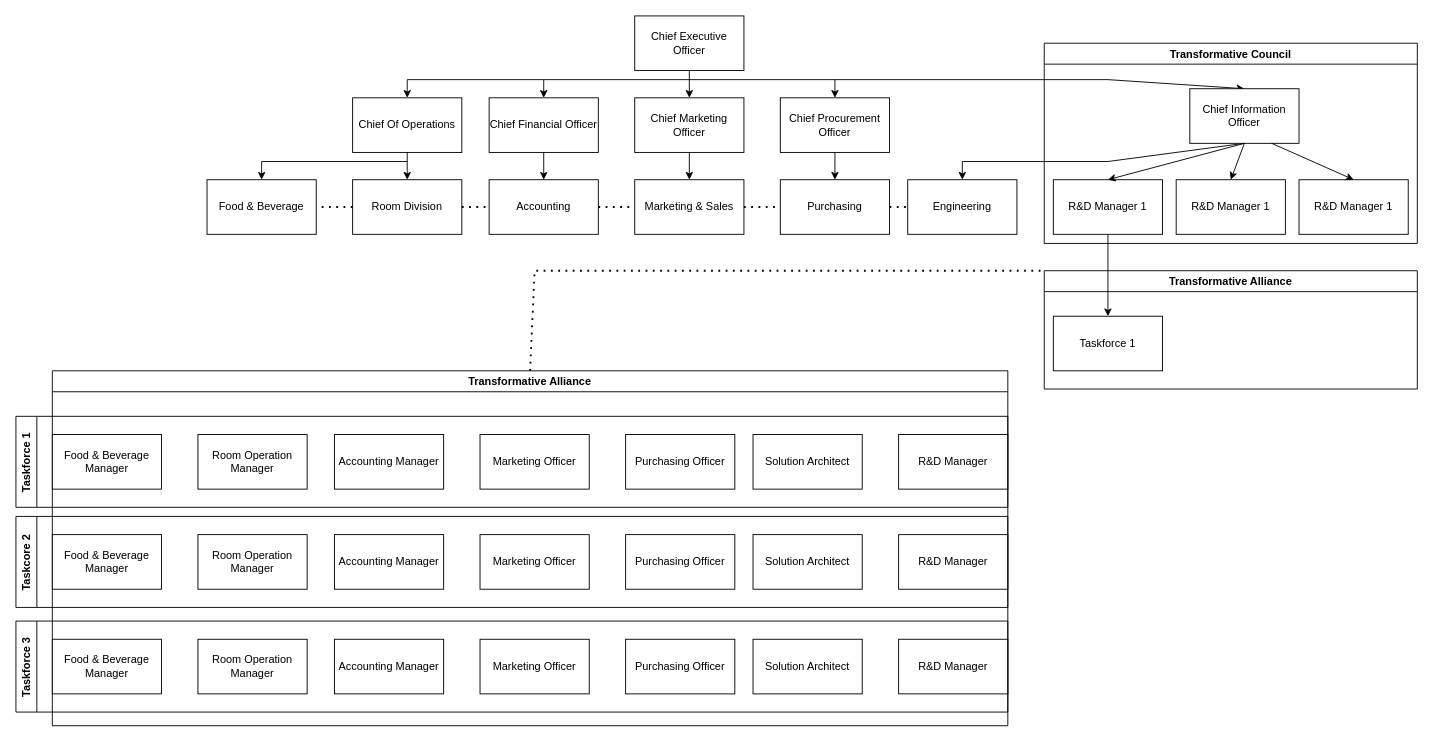
The draw.io diagram IS3103OrgChartNew.drawio in ryanliong/ToDoList, before the edit. Source tidied: cells renumbered, new cells numbered last; positions are measured from the earlier drawing's top-left corner, leaving out a move shared by most shapes. Both pictures are drawn from the tidied source at 91%, with x=0, y=0 at pixel (15, 15).
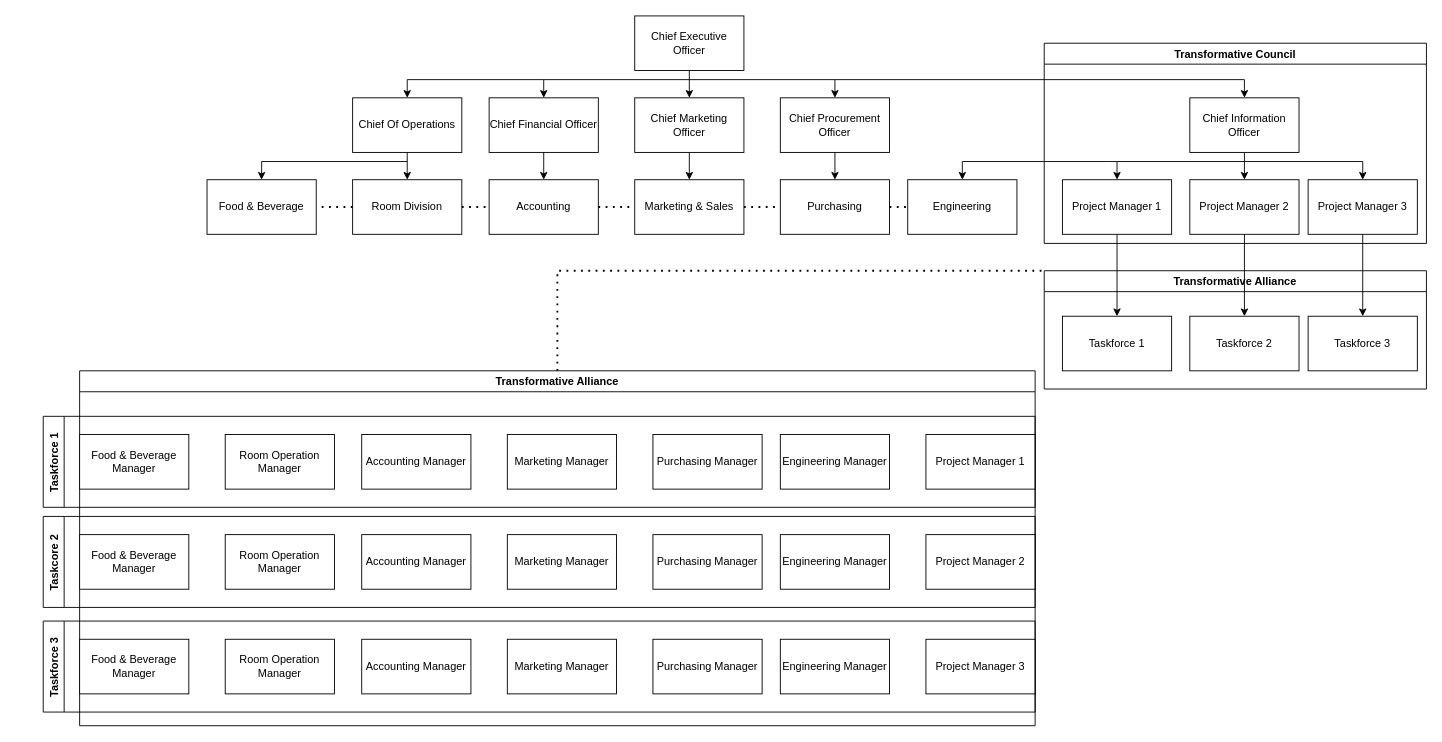
After the change.

Unchanged cells that the change refers to:
```xml
<mxCell id="21" value="Engineering" style="rounded=0;whiteSpace=wrap;html=1;" parent="1" vertex="1">
  <mxGeometry x="980" y="180" width="120" height="60" as="geometry" />
</mxCell>
```

Diff of the diagram source:
```diff
@@
-    <mxCell id="22" style="endArrow=classic;html=1;rounded=0;entryX=0.5;entryY=0;entryDx=0;entryDy=0;" parent="1" edge="1" target="55">
-      <mxGeometry relative="1" as="geometry">
-        <mxPoint x="900" y="70" as="sourcePoint" />
-        <Array as="points">
-          <mxPoint x="1200" y="70" />
-        </Array>
-      </mxGeometry>
-    </mxCell>
-    <mxCell id="23" style="endArrow=classic;html=1;rounded=0;exitX=0.5;exitY=1;exitDx=0;exitDy=0;entryX=0.5;entryY=0;entryDx=0;entryDy=0;" parent="1" edge="1" source="55" target="21">
+    <mxCell id="23" style="endArrow=classic;html=1;rounded=0;entryX=0.5;entryY=0;entryDx=0;entryDy=0;" parent="1" edge="1" target="21">
       <mxGeometry relative="1" as="geometry">
+        <mxPoint x="1210" y="160" as="sourcePoint" />
         <Array as="points">
           <mxPoint x="1200" y="160" />
           <mxPoint x="1040" y="160" />
         </Array>
       </mxGeometry>
     </mxCell>
@@
     <mxCell id="29" value="Transformative Alliance" style="swimlane;" parent="1" vertex="1">
-      <mxGeometry x="40" y="390" width="1050" height="390" as="geometry" />
+      <mxGeometry x="70" y="390" width="1050" height="390" as="geometry" />
     </mxCell>
-    <mxCell id="30" value="R&amp;amp;D Manager" style="rounded=0;whiteSpace=wrap;html=1;" parent="29" vertex="1">
+    <mxCell id="30" value="Project Manager 1" style="rounded=0;whiteSpace=wrap;html=1;" parent="29" vertex="1">
       <mxGeometry x="930" y="70" width="120" height="60" as="geometry" />
     </mxCell>
-    <mxCell id="31" value="Purchasing Officer" style="rounded=0;whiteSpace=wrap;html=1;" parent="29" vertex="1">
+    <mxCell id="31" value="Purchasing Manager" style="rounded=0;whiteSpace=wrap;html=1;" parent="29" vertex="1">
       <mxGeometry x="630" y="70" width="120" height="60" as="geometry" />
     </mxCell>
-    <mxCell id="32" value="Marketing Officer" style="rounded=0;whiteSpace=wrap;html=1;" parent="29" vertex="1">
+    <mxCell id="32" value="Marketing Manager" style="rounded=0;whiteSpace=wrap;html=1;" parent="29" vertex="1">
       <mxGeometry x="470" y="70" width="120" height="60" as="geometry" />
     </mxCell>
@@
-    <mxCell id="36" value="Solution Architect" style="rounded=0;whiteSpace=wrap;html=1;" parent="29" vertex="1">
+    <mxCell id="36" value="Engineering Manager" style="rounded=0;whiteSpace=wrap;html=1;" parent="29" vertex="1">
       <mxGeometry x="770" y="70" width="120" height="60" as="geometry" />
     </mxCell>
@@
-    <mxCell id="38" value="R&amp;amp;D Manager" style="rounded=0;whiteSpace=wrap;html=1;" parent="29" vertex="1">
+    <mxCell id="38" value="Project Manager 2" style="rounded=0;whiteSpace=wrap;html=1;" parent="29" vertex="1">
       <mxGeometry x="930" y="180" width="120" height="60" as="geometry" />
     </mxCell>
-    <mxCell id="39" value="Purchasing Officer" style="rounded=0;whiteSpace=wrap;html=1;" parent="29" vertex="1">
+    <mxCell id="39" value="Purchasing Manager" style="rounded=0;whiteSpace=wrap;html=1;" parent="29" vertex="1">
       <mxGeometry x="630" y="180" width="120" height="60" as="geometry" />
     </mxCell>
-    <mxCell id="40" value="Marketing Officer" style="rounded=0;whiteSpace=wrap;html=1;" parent="29" vertex="1">
+    <mxCell id="40" value="Marketing Manager" style="rounded=0;whiteSpace=wrap;html=1;" parent="29" vertex="1">
       <mxGeometry x="470" y="180" width="120" height="60" as="geometry" />
     </mxCell>
@@
-    <mxCell id="44" value="Solution Architect" style="rounded=0;whiteSpace=wrap;html=1;" parent="29" vertex="1">
+    <mxCell id="44" value="Engineering Manager" style="rounded=0;whiteSpace=wrap;html=1;" parent="29" vertex="1">
       <mxGeometry x="770" y="180" width="120" height="60" as="geometry" />
     </mxCell>
@@
-    <mxCell id="46" value="R&amp;amp;D Manager" style="rounded=0;whiteSpace=wrap;html=1;" parent="29" vertex="1">
+    <mxCell id="46" value="Project Manager 3" style="rounded=0;whiteSpace=wrap;html=1;" parent="29" vertex="1">
       <mxGeometry x="930" y="295" width="120" height="60" as="geometry" />
     </mxCell>
-    <mxCell id="47" value="Purchasing Officer" style="rounded=0;whiteSpace=wrap;html=1;" parent="29" vertex="1">
+    <mxCell id="47" value="Purchasing Manager" style="rounded=0;whiteSpace=wrap;html=1;" parent="29" vertex="1">
       <mxGeometry x="630" y="295" width="120" height="60" as="geometry" />
     </mxCell>
-    <mxCell id="48" value="Marketing Officer" style="rounded=0;whiteSpace=wrap;html=1;" parent="29" vertex="1">
+    <mxCell id="48" value="Marketing Manager" style="rounded=0;whiteSpace=wrap;html=1;" parent="29" vertex="1">
       <mxGeometry x="470" y="295" width="120" height="60" as="geometry" />
     </mxCell>
@@
-    <mxCell id="52" value="Solution Architect" style="rounded=0;whiteSpace=wrap;html=1;" parent="29" vertex="1">
+    <mxCell id="52" value="Engineering Manager" style="rounded=0;whiteSpace=wrap;html=1;" parent="29" vertex="1">
       <mxGeometry x="770" y="295" width="120" height="60" as="geometry" />
     </mxCell>
@@
     <mxCell id="54" value="Transformative Council" style="swimlane;" parent="1" vertex="1">
-      <mxGeometry x="1130" y="30" width="410" height="220" as="geometry" />
+      <mxGeometry x="1130" y="30" width="420" height="220" as="geometry" />
     </mxCell>
     <mxCell id="55" value="Chief Information Officer" style="rounded=0;whiteSpace=wrap;html=1;" parent="54" vertex="1">
-      <mxGeometry x="160" y="50" width="120" height="60" as="geometry" />
+      <mxGeometry x="160" y="60" width="120" height="60" as="geometry" />
     </mxCell>
-    <mxCell id="56" value="R&amp;amp;D Manager 1" style="rounded=0;whiteSpace=wrap;html=1;" parent="54" vertex="1">
-      <mxGeometry x="10" y="150" width="120" height="60" as="geometry" />
+    <mxCell id="56" value="Project Manager 1" style="rounded=0;whiteSpace=wrap;html=1;" parent="54" vertex="1">
+      <mxGeometry x="20" y="150" width="120" height="60" as="geometry" />
     </mxCell>
-    <mxCell id="57" style="endArrow=classic;html=1;rounded=0;entryX=0.5;entryY=0;entryDx=0;entryDy=0;exitX=0.5;exitY=1;exitDx=0;exitDy=0;" parent="54" edge="1" source="55" target="56">
-      <mxGeometry relative="1" as="geometry" />
+    <mxCell id="57" style="endArrow=classic;html=1;rounded=0;entryX=0.5;entryY=0;entryDx=0;entryDy=0;" parent="54" edge="1" target="56">
+      <mxGeometry relative="1" as="geometry">
+        <mxPoint x="220" y="130" as="sourcePoint" />
+        <Array as="points">
+          <mxPoint x="80" y="130" />
+        </Array>
+      </mxGeometry>
     </mxCell>
-    <mxCell id="58" value="R&amp;amp;D Manager 1" style="rounded=0;whiteSpace=wrap;html=1;" parent="54" vertex="1">
-      <mxGeometry x="145" y="150" width="120" height="60" as="geometry" />
+    <mxCell id="58" value="Project Manager 2" style="rounded=0;whiteSpace=wrap;html=1;" parent="54" vertex="1">
+      <mxGeometry x="160" y="150" width="120" height="60" as="geometry" />
     </mxCell>
-    <mxCell id="59" value="R&amp;amp;D Manager 1" style="rounded=0;whiteSpace=wrap;html=1;" parent="54" vertex="1">
-      <mxGeometry x="280" y="150" width="120" height="60" as="geometry" />
+    <mxCell id="59" value="Project Manager 3" style="rounded=0;whiteSpace=wrap;html=1;" parent="54" vertex="1">
+      <mxGeometry x="290" y="150" width="120" height="60" as="geometry" />
     </mxCell>
@@
-    <mxCell id="61" style="endArrow=classic;html=1;rounded=0;entryX=0.5;entryY=0;entryDx=0;entryDy=0;exitX=0.75;exitY=1;exitDx=0;exitDy=0;" parent="54" edge="1" source="55" target="59">
-      <mxGeometry relative="1" as="geometry" />
+    <mxCell id="61" style="endArrow=classic;html=1;rounded=0;entryX=0.5;entryY=0;entryDx=0;entryDy=0;" parent="54" edge="1" target="59">
+      <mxGeometry relative="1" as="geometry">
+        <mxPoint x="220" y="130" as="sourcePoint" />
+        <Array as="points">
+          <mxPoint x="350" y="130" />
+        </Array>
+      </mxGeometry>
     </mxCell>
     <mxCell id="62" value="Transformative Alliance" style="swimlane;" parent="1" vertex="1">
-      <mxGeometry x="1130" y="280" width="410" height="130" as="geometry" />
+      <mxGeometry x="1130" y="280" width="420" height="130" as="geometry" />
     </mxCell>
     <mxCell id="63" value="Taskforce 1" style="rounded=0;whiteSpace=wrap;html=1;" parent="62" vertex="1">
-      <mxGeometry x="10" y="50" width="120" height="60" as="geometry" />
+      <mxGeometry x="20" y="50" width="120" height="60" as="geometry" />
     </mxCell>
+    <mxCell id="66" value="Taskforce 2" style="rounded=0;whiteSpace=wrap;html=1;" parent="62" vertex="1">
+      <mxGeometry x="160" y="50" width="120" height="60" as="geometry" />
+    </mxCell>
+    <mxCell id="67" value="Taskforce 3" style="rounded=0;whiteSpace=wrap;html=1;" parent="62" vertex="1">
+      <mxGeometry x="290" y="50" width="120" height="60" as="geometry" />
+    </mxCell>
@@
     <mxCell id="65" style="endArrow=none;dashed=1;html=1;dashPattern=1 3;strokeWidth=2;rounded=0;exitX=0.5;exitY=0;exitDx=0;exitDy=0;entryX=0;entryY=0;entryDx=0;entryDy=0;" parent="1" edge="1" source="29" target="62">
       <mxGeometry relative="1" as="geometry">
         <Array as="points">
-          <mxPoint x="570" y="280" />
+          <mxPoint x="595" y="280" />
         </Array>
       </mxGeometry>
     </mxCell>
+    <mxCell id="68" style="endArrow=classic;html=1;rounded=0;entryX=0.5;entryY=0;entryDx=0;entryDy=0;" parent="1" edge="1" target="55">
+      <mxGeometry relative="1" as="geometry">
+        <mxPoint x="900" y="70" as="sourcePoint" />
+        <Array as="points">
+          <mxPoint x="1350" y="70" />
+        </Array>
+      </mxGeometry>
+    </mxCell>
+    <mxCell id="69" style="endArrow=classic;html=1;rounded=0;entryX=0.5;entryY=0;entryDx=0;entryDy=0;exitX=0.5;exitY=1;exitDx=0;exitDy=0;" parent="1" edge="1" source="59" target="67">
+      <mxGeometry relative="1" as="geometry" />
+    </mxCell>
+    <mxCell id="70" style="endArrow=classic;html=1;rounded=0;entryX=0.5;entryY=0;entryDx=0;entryDy=0;exitX=0.5;exitY=1;exitDx=0;exitDy=0;" parent="1" edge="1" source="58" target="66">
+      <mxGeometry relative="1" as="geometry" />
+    </mxCell>
```
